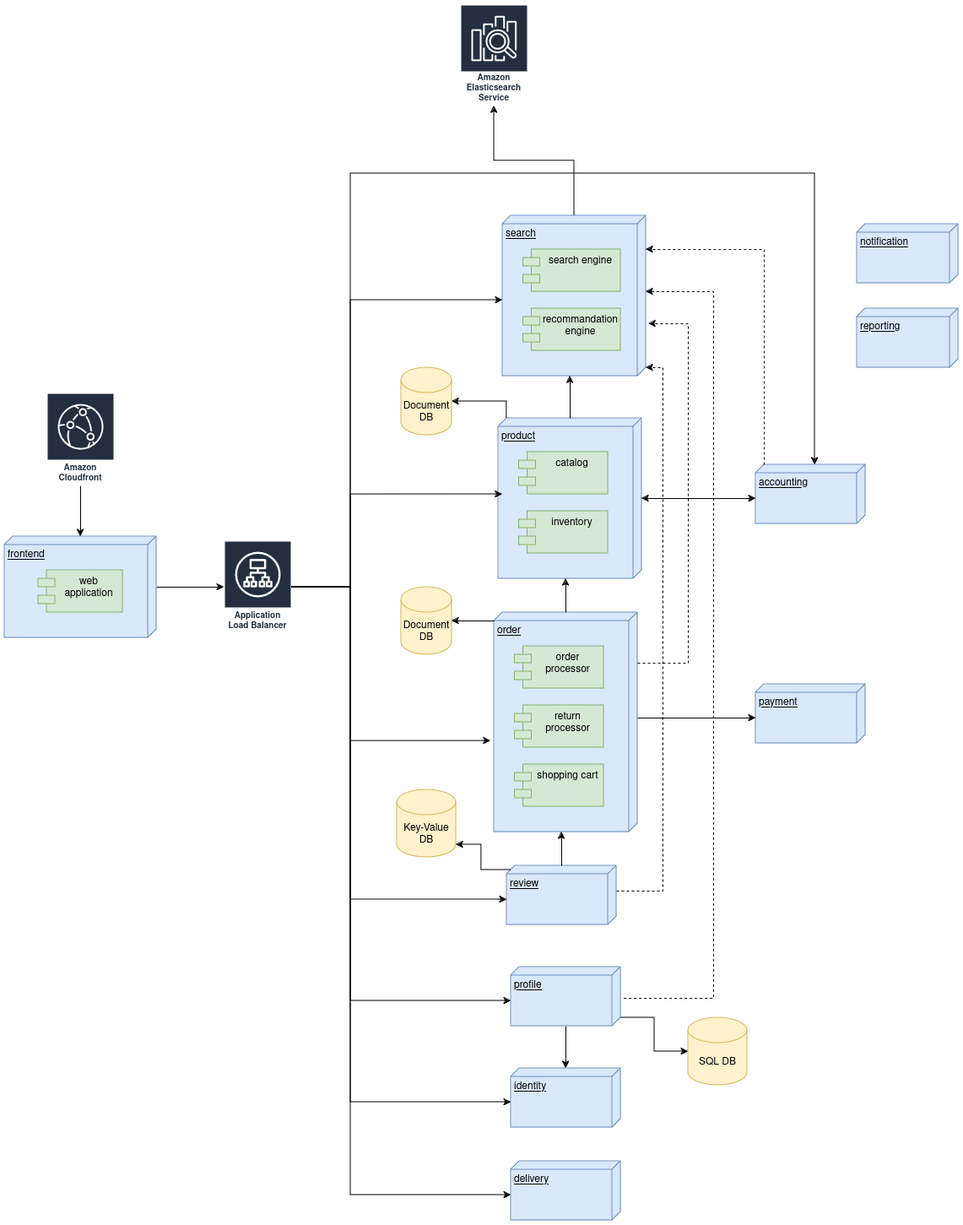
Before: workflows/components_architecture.png, a diagram exported from draw.io (movies-albrains/.github). Source tidied: cells renumbered, new cells last; positions are measured from the earlier drawing's top-left corner, leaving out a move shared by most shapes.
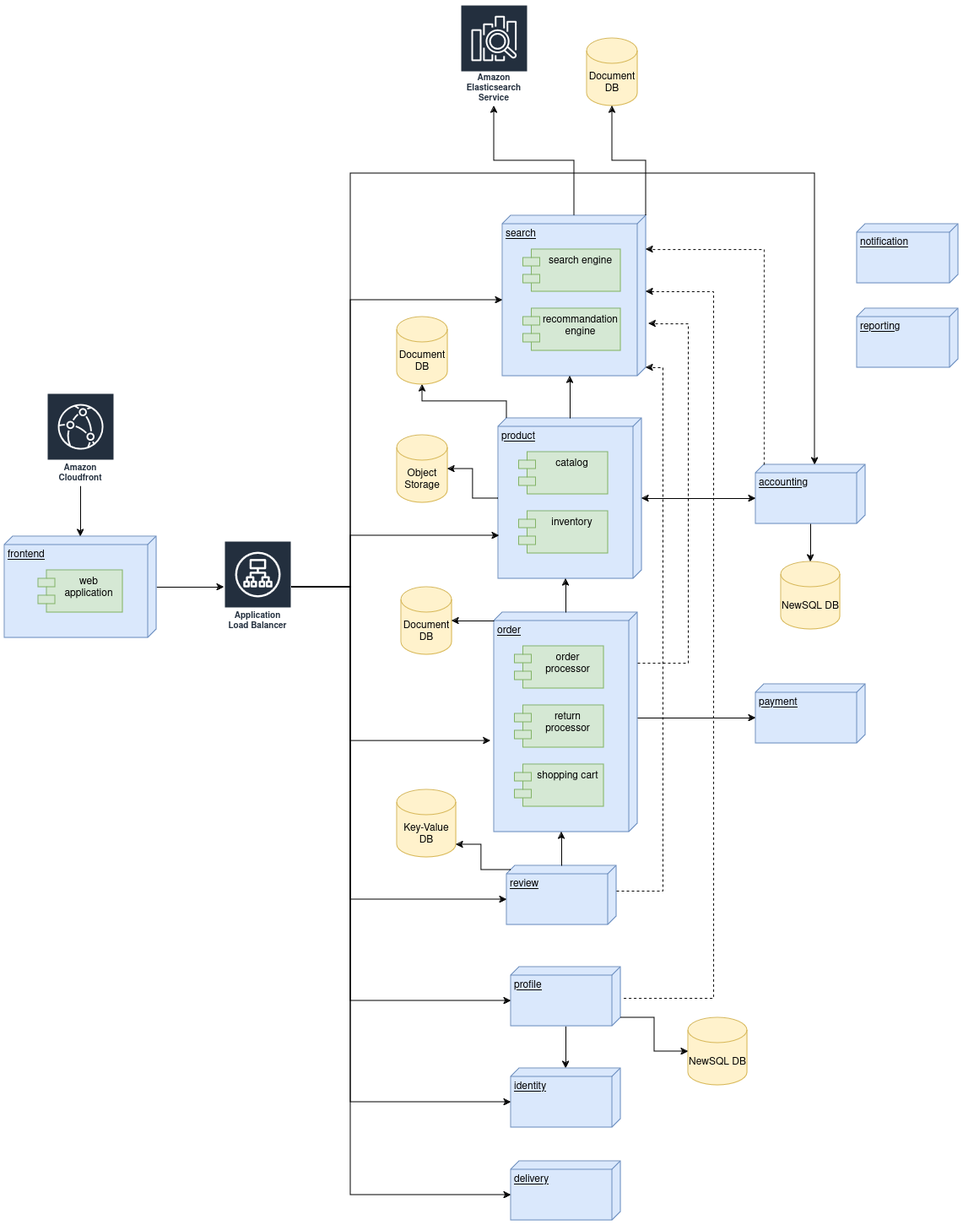
After the change.

Diff of the diagram source:
```diff
@@ -170,28 +170,20 @@
         </Array>
       </mxGeometry>
     </mxCell>
-    <mxCell id="43" style="edgeStyle=orthogonalEdgeStyle;rounded=0;jettySize=auto;html=1;entryX=0.474;entryY=0.971;entryDx=0;entryDy=0;entryPerimeter=0;" parent="1" edge="1" source="37" target="14">
-      <mxGeometry relative="1" as="geometry">
-        <Array as="points">
-          <mxPoint x="410" y="690" />
-          <mxPoint x="410" y="580" />
-        </Array>
-      </mxGeometry>
-    </mxCell>
     <mxCell id="44" style="edgeStyle=orthogonalEdgeStyle;rounded=0;jettySize=auto;html=1;" parent="1" edge="1" source="45" target="3">
       <mxGeometry relative="1" as="geometry" />
     </mxCell>
     <mxCell id="45" value="Amazon Cloudfront" style="sketch=0;outlineConnect=0;fontColor=#232F3E;gradientColor=none;strokeColor=#ffffff;fillColor=#232F3E;dashed=0;verticalLabelPosition=middle;verticalAlign=bottom;align=center;html=1;whiteSpace=wrap;fontSize=10;fontStyle=1;spacing=3;shape=mxgraph.aws4.productIcon;prIcon=mxgraph.aws4.cloudfront;" parent="1" vertex="1">
       <mxGeometry x="50" y="460" width="80" height="110" as="geometry" />
     </mxCell>
-    <mxCell id="46" value="SQL DB" style="shape=cylinder3;whiteSpace=wrap;html=1;boundedLbl=1;backgroundOutline=1;size=15;fillColor=#fff2cc;strokeColor=#d6b656;" parent="1" vertex="1">
+    <mxCell id="46" value="NewSQL DB" style="shape=cylinder3;whiteSpace=wrap;html=1;boundedLbl=1;backgroundOutline=1;size=15;fillColor=#fff2cc;strokeColor=#d6b656;" parent="1" vertex="1">
       <mxGeometry x="810" y="1200" width="70" height="80" as="geometry" />
     </mxCell>
     <mxCell id="47" style="edgeStyle=orthogonalEdgeStyle;rounded=0;jettySize=auto;html=1;exitX=0;exitY=0;exitDx=60;exitDy=0;exitPerimeter=0;entryX=0;entryY=0.5;entryDx=0;entryDy=0;entryPerimeter=0;" parent="1" edge="1" source="18" target="46">
       <mxGeometry relative="1" as="geometry" />
     </mxCell>
     <mxCell id="48" value="Document DB" style="shape=cylinder3;whiteSpace=wrap;html=1;boundedLbl=1;backgroundOutline=1;size=15;fillColor=#fff2cc;strokeColor=#d6b656;" parent="1" vertex="1">
-      <mxGeometry x="470" y="430" width="60" height="80" as="geometry" />
+      <mxGeometry x="465" y="370" width="60" height="80" as="geometry" />
     </mxCell>
     <mxCell id="49" value="Document DB" style="shape=cylinder3;whiteSpace=wrap;html=1;boundedLbl=1;backgroundOutline=1;size=15;fillColor=#fff2cc;strokeColor=#d6b656;" parent="1" vertex="1">
       <mxGeometry x="470" y="690" width="60" height="80" as="geometry" />
@@ -208,5 +200,31 @@
     <mxCell id="53" style="edgeStyle=orthogonalEdgeStyle;rounded=0;jettySize=auto;html=1;exitX=0;exitY=0;exitDx=5;exitDy=125;exitPerimeter=0;entryX=1;entryY=1;entryDx=0;entryDy=-15;entryPerimeter=0;" parent="1" edge="1" source="20" target="52">
       <mxGeometry relative="1" as="geometry" />
     </mxCell>
+    <mxCell id="54" value="NewSQL DB" style="shape=cylinder3;whiteSpace=wrap;html=1;boundedLbl=1;backgroundOutline=1;size=15;fillColor=#fff2cc;strokeColor=#d6b656;" parent="1" vertex="1">
+      <mxGeometry x="920" y="660" width="70" height="80" as="geometry" />
+    </mxCell>
+    <mxCell id="55" style="edgeStyle=orthogonalEdgeStyle;rounded=0;jettySize=auto;html=1;entryX=0.5;entryY=0;entryDx=0;entryDy=0;entryPerimeter=0;" parent="1" edge="1" source="9" target="54">
+      <mxGeometry relative="1" as="geometry" />
+    </mxCell>
+    <mxCell id="56" value="Document DB" style="shape=cylinder3;whiteSpace=wrap;html=1;boundedLbl=1;backgroundOutline=1;size=15;fillColor=#fff2cc;strokeColor=#d6b656;" parent="1" vertex="1">
+      <mxGeometry x="690" y="40" width="60" height="80" as="geometry" />
+    </mxCell>
+    <mxCell id="57" style="edgeStyle=orthogonalEdgeStyle;rounded=0;jettySize=auto;html=1;exitX=0;exitY=0;exitDx=0;exitDy=0;exitPerimeter=0;entryX=0.5;entryY=1;entryDx=0;entryDy=0;entryPerimeter=0;" parent="1" edge="1" source="22" target="56">
+      <mxGeometry relative="1" as="geometry" />
+    </mxCell>
+    <mxCell id="58" value="Object Storage" style="shape=cylinder3;whiteSpace=wrap;html=1;boundedLbl=1;backgroundOutline=1;size=15;fillColor=#fff2cc;strokeColor=#d6b656;" parent="1" vertex="1">
+      <mxGeometry x="465" y="510" width="60" height="80" as="geometry" />
+    </mxCell>
+    <mxCell id="59" style="edgeStyle=orthogonalEdgeStyle;rounded=0;jettySize=auto;html=1;entryX=1;entryY=0.5;entryDx=0;entryDy=0;entryPerimeter=0;" parent="1" edge="1" source="14" target="58">
+      <mxGeometry relative="1" as="geometry" />
+    </mxCell>
+    <mxCell id="43" style="edgeStyle=orthogonalEdgeStyle;rounded=0;jettySize=auto;html=1;entryX=0.732;entryY=0.994;entryDx=0;entryDy=0;entryPerimeter=0;" parent="1" edge="1" source="37" target="14">
+      <mxGeometry relative="1" as="geometry">
+        <Array as="points">
+          <mxPoint x="410" y="690" />
+          <mxPoint x="410" y="629" />
+        </Array>
+      </mxGeometry>
+    </mxCell>
   </root>
 </mxGraphModel>
```
